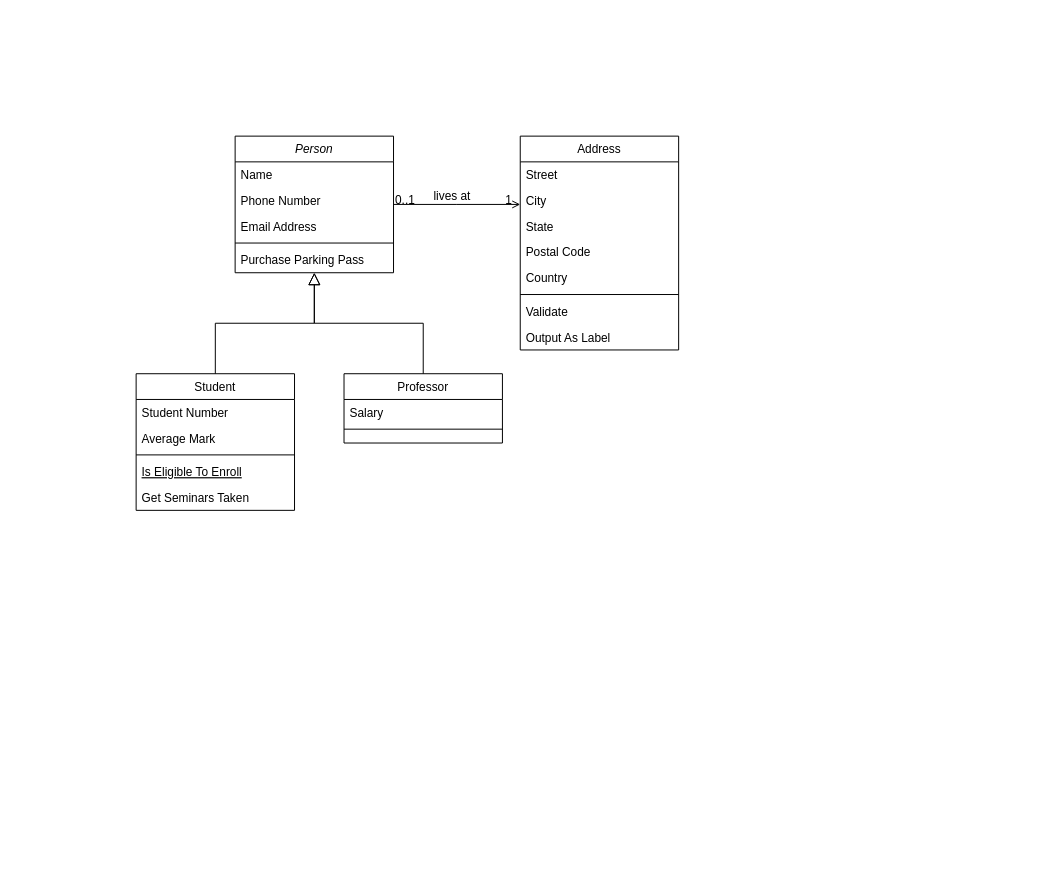
The draw.io diagram Untitled Diagram.drawio in AnasElii/tchat, before the edit. Source tidied: cells renumbered, new cells numbered last; positions are measured from the earlier drawing's top-left corner, leaving out a move shared by most shapes. Both pictures are drawn from the tidied source at 99%, with x=0, y=0 at pixel (136, 136).
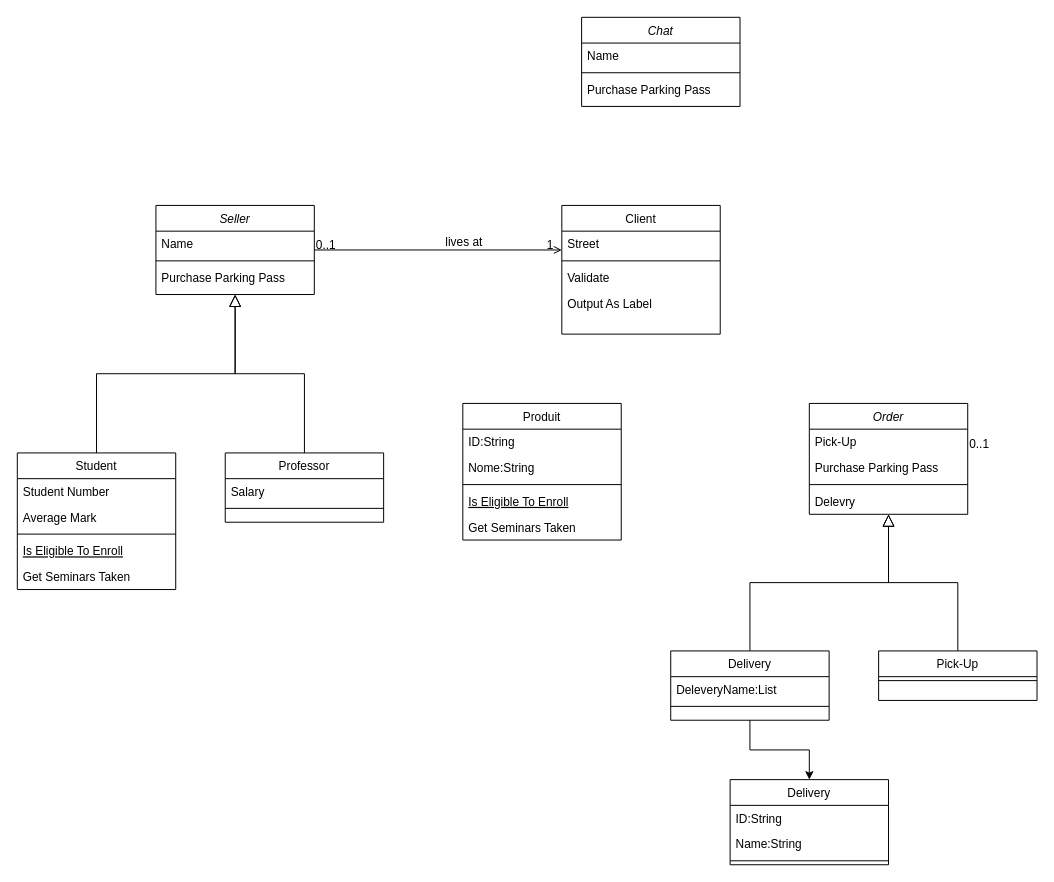
Above is the later version.

What changed in the source:
```diff
@@
-    <mxCell id="2" value="Person" style="swimlane;fontStyle=2;align=center;verticalAlign=top;horizontal=1;startSize=26;rounded=0;shadow=0;strokeWidth=1;" parent="1" vertex="1">
-      <mxGeometry x="100" width="160" height="138" as="geometry" />
+    <mxCell id="2" value="Seller" style="swimlane;fontStyle=2;align=center;verticalAlign=top;horizontal=1;startSize=26;rounded=0;shadow=0;strokeWidth=1;" parent="1" vertex="1">
+      <mxGeometry x="20" y="70" width="160" height="90" as="geometry" />
     </mxCell>
@@
-    <mxCell id="4" value="Phone Number" style="text;align=left;verticalAlign=top;spacingLeft=4;spacingRight=4;overflow=hidden;rounded=0;shadow=0;html=0;" parent="2" vertex="1">
-      <mxGeometry y="52" width="160" height="26" as="geometry" />
-    </mxCell>
-    <mxCell id="5" value="Email Address" style="text;align=left;verticalAlign=top;spacingLeft=4;spacingRight=4;overflow=hidden;rounded=0;shadow=0;html=0;" parent="2" vertex="1">
-      <mxGeometry y="78" width="160" height="26" as="geometry" />
-    </mxCell>
     <mxCell id="6" style="line;html=1;strokeWidth=1;align=left;verticalAlign=middle;spacingTop=-1;spacingLeft=3;spacingRight=3;labelPosition=right;" parent="2" vertex="1">
-      <mxGeometry y="104" width="160" height="8" as="geometry" />
+      <mxGeometry y="52" width="160" height="8" as="geometry" />
     </mxCell>
     <mxCell id="7" value="Purchase Parking Pass" style="text;align=left;verticalAlign=top;spacingLeft=4;spacingRight=4;overflow=hidden;" parent="2" vertex="1">
-      <mxGeometry y="112" width="160" height="26" as="geometry" />
+      <mxGeometry y="60" width="160" height="26" as="geometry" />
     </mxCell>
     <mxCell id="8" value="Student" style="swimlane;fontStyle=0;align=center;verticalAlign=top;horizontal=1;startSize=26;rounded=0;shadow=0;strokeWidth=1;" parent="1" vertex="1">
-      <mxGeometry y="240" width="160" height="138" as="geometry" />
+      <mxGeometry x="-120" y="320" width="160" height="138" as="geometry" />
     </mxCell>
@@
     <mxCell id="15" value="Professor" style="swimlane;fontStyle=0;align=center;verticalAlign=top;horizontal=1;startSize=26;rounded=0;shadow=0;strokeWidth=1;" parent="1" vertex="1">
-      <mxGeometry x="210" y="240" width="160" height="70" as="geometry" />
+      <mxGeometry x="90" y="320" width="160" height="70" as="geometry" />
     </mxCell>
@@
-    <mxCell id="19" value="Address" style="swimlane;fontStyle=0;align=center;verticalAlign=top;horizontal=1;startSize=26;rounded=0;shadow=0;strokeWidth=1;" parent="1" vertex="1">
-      <mxGeometry x="388" width="160" height="216" as="geometry" />
+    <mxCell id="19" value="Client" style="swimlane;fontStyle=0;align=center;verticalAlign=top;horizontal=1;startSize=26;rounded=0;shadow=0;strokeWidth=1;" parent="1" vertex="1">
+      <mxGeometry x="430" y="70" width="160" height="130" as="geometry" />
     </mxCell>
@@
-    <mxCell id="21" value="City" style="text;align=left;verticalAlign=top;spacingLeft=4;spacingRight=4;overflow=hidden;rounded=0;shadow=0;html=0;" parent="19" vertex="1">
-      <mxGeometry y="52" width="160" height="26" as="geometry" />
-    </mxCell>
-    <mxCell id="22" value="State" style="text;align=left;verticalAlign=top;spacingLeft=4;spacingRight=4;overflow=hidden;rounded=0;shadow=0;html=0;" parent="19" vertex="1">
-      <mxGeometry y="78" width="160" height="26" as="geometry" />
-    </mxCell>
-    <mxCell id="23" value="Postal Code" style="text;align=left;verticalAlign=top;spacingLeft=4;spacingRight=4;overflow=hidden;rounded=0;shadow=0;html=0;" parent="19" vertex="1">
-      <mxGeometry y="104" width="160" height="26" as="geometry" />
-    </mxCell>
-    <mxCell id="24" value="Country" style="text;align=left;verticalAlign=top;spacingLeft=4;spacingRight=4;overflow=hidden;rounded=0;shadow=0;html=0;" parent="19" vertex="1">
-      <mxGeometry y="130" width="160" height="26" as="geometry" />
-    </mxCell>
     <mxCell id="25" style="line;html=1;strokeWidth=1;align=left;verticalAlign=middle;spacingTop=-1;spacingLeft=3;spacingRight=3;labelPosition=right;" parent="19" vertex="1">
-      <mxGeometry y="156" width="160" height="8" as="geometry" />
+      <mxGeometry y="52" width="160" height="8" as="geometry" />
     </mxCell>
     <mxCell id="26" value="Validate" style="text;align=left;verticalAlign=top;spacingLeft=4;spacingRight=4;overflow=hidden;" parent="19" vertex="1">
-      <mxGeometry y="164" width="160" height="26" as="geometry" />
+      <mxGeometry y="60" width="160" height="26" as="geometry" />
     </mxCell>
     <mxCell id="27" value="Output As Label" style="text;align=left;verticalAlign=top;spacingLeft=4;spacingRight=4;overflow=hidden;" parent="19" vertex="1">
-      <mxGeometry y="190" width="160" height="26" as="geometry" />
+      <mxGeometry y="86" width="160" height="26" as="geometry" />
     </mxCell>
@@
+    <mxCell id="32" value="Chat" style="swimlane;fontStyle=2;align=center;verticalAlign=top;horizontal=1;startSize=26;rounded=0;shadow=0;strokeWidth=1;" parent="1" vertex="1">
+      <mxGeometry x="450" y="-120" width="160" height="90" as="geometry" />
+    </mxCell>
+    <mxCell id="33" value="Name" style="text;align=left;verticalAlign=top;spacingLeft=4;spacingRight=4;overflow=hidden;" parent="32" vertex="1">
+      <mxGeometry y="26" width="160" height="26" as="geometry" />
+    </mxCell>
+    <mxCell id="34" style="line;html=1;strokeWidth=1;align=left;verticalAlign=middle;spacingTop=-1;spacingLeft=3;spacingRight=3;labelPosition=right;" parent="32" vertex="1">
+      <mxGeometry y="52" width="160" height="8" as="geometry" />
+    </mxCell>
+    <mxCell id="35" value="Purchase Parking Pass" style="text;align=left;verticalAlign=top;spacingLeft=4;spacingRight=4;overflow=hidden;" parent="32" vertex="1">
+      <mxGeometry y="60" width="160" height="26" as="geometry" />
+    </mxCell>
+    <mxCell id="36" value="Produit" style="swimlane;fontStyle=0;align=center;verticalAlign=top;horizontal=1;startSize=26;rounded=0;shadow=0;strokeWidth=1;" parent="1" vertex="1">
+      <mxGeometry x="330" y="270" width="160" height="138" as="geometry" />
+    </mxCell>
+    <mxCell id="37" value="ID:String" style="text;align=left;verticalAlign=top;spacingLeft=4;spacingRight=4;overflow=hidden;" parent="36" vertex="1">
+      <mxGeometry y="26" width="160" height="26" as="geometry" />
+    </mxCell>
+    <mxCell id="38" value="Nome:String" style="text;align=left;verticalAlign=top;spacingLeft=4;spacingRight=4;overflow=hidden;rounded=0;shadow=0;html=0;" parent="36" vertex="1">
+      <mxGeometry y="52" width="160" height="26" as="geometry" />
+    </mxCell>
+    <mxCell id="39" style="line;html=1;strokeWidth=1;align=left;verticalAlign=middle;spacingTop=-1;spacingLeft=3;spacingRight=3;labelPosition=right;" parent="36" vertex="1">
+      <mxGeometry y="78" width="160" height="8" as="geometry" />
+    </mxCell>
+    <mxCell id="40" value="Is Eligible To Enroll" style="text;align=left;verticalAlign=top;spacingLeft=4;spacingRight=4;overflow=hidden;fontStyle=4;" parent="36" vertex="1">
+      <mxGeometry y="86" width="160" height="26" as="geometry" />
+    </mxCell>
+    <mxCell id="41" value="Get Seminars Taken" style="text;align=left;verticalAlign=top;spacingLeft=4;spacingRight=4;overflow=hidden;" parent="36" vertex="1">
+      <mxGeometry y="112" width="160" height="26" as="geometry" />
+    </mxCell>
+    <mxCell id="42" value="Order" style="swimlane;fontStyle=2;align=center;verticalAlign=top;horizontal=1;startSize=26;rounded=0;shadow=0;strokeWidth=1;" parent="1" vertex="1">
+      <mxGeometry x="680" y="270" width="160" height="112" as="geometry" />
+    </mxCell>
+    <mxCell id="43" value="Pick-Up" style="text;align=left;verticalAlign=top;spacingLeft=4;spacingRight=4;overflow=hidden;" parent="42" vertex="1">
+      <mxGeometry y="26" width="160" height="26" as="geometry" />
+    </mxCell>
+    <mxCell id="44" value="Purchase Parking Pass" style="text;align=left;verticalAlign=top;spacingLeft=4;spacingRight=4;overflow=hidden;" parent="42" vertex="1">
+      <mxGeometry y="52" width="160" height="26" as="geometry" />
+    </mxCell>
+    <mxCell id="45" style="line;html=1;strokeWidth=1;align=left;verticalAlign=middle;spacingTop=-1;spacingLeft=3;spacingRight=3;labelPosition=right;" parent="42" vertex="1">
+      <mxGeometry y="78" width="160" height="8" as="geometry" />
+    </mxCell>
+    <mxCell id="46" value="Delevry" style="text;align=left;verticalAlign=top;spacingLeft=4;spacingRight=4;overflow=hidden;" parent="42" vertex="1">
+      <mxGeometry y="86" width="160" height="26" as="geometry" />
+    </mxCell>
+    <mxCell id="47" style="endArrow=block;endSize=10;endFill=0;shadow=0;strokeWidth=1;rounded=0;edgeStyle=elbowEdgeStyle;elbow=vertical;exitX=0.5;exitY=0;exitDx=0;exitDy=0;" parent="1" edge="1" source="53" target="42">
+      <mxGeometry relative="1" as="geometry" />
+    </mxCell>
+    <mxCell id="48" value="Pick-Up" style="swimlane;fontStyle=0;align=center;verticalAlign=top;horizontal=1;startSize=26;rounded=0;shadow=0;strokeWidth=1;" parent="1" vertex="1">
+      <mxGeometry x="750" y="520" width="160" height="50" as="geometry" />
+    </mxCell>
+    <mxCell id="49" style="line;html=1;strokeWidth=1;align=left;verticalAlign=middle;spacingTop=-1;spacingLeft=3;spacingRight=3;labelPosition=right;" parent="48" vertex="1">
+      <mxGeometry y="26" width="160" height="8" as="geometry" />
+    </mxCell>
+    <mxCell id="50" style="endArrow=block;endSize=10;endFill=0;shadow=0;strokeWidth=1;rounded=0;edgeStyle=elbowEdgeStyle;elbow=vertical;" parent="1" edge="1" source="48" target="42">
+      <mxGeometry relative="1" as="geometry" />
+    </mxCell>
+    <mxCell id="51" value="0..1" style="align=left;verticalAlign=bottom;labelBackgroundColor=none;fontSize=12;" parent="1" vertex="1">
+      <mxGeometry x="840" y="319.6" as="geometry" />
+    </mxCell>
+    <mxCell id="52" style="edgeStyle=orthogonalEdgeStyle;rounded=0;jettySize=auto;html=1;entryX=0.5;entryY=0;entryDx=0;entryDy=0;" parent="1" edge="1" source="53" target="56">
+      <mxGeometry relative="1" as="geometry" />
+    </mxCell>
+    <mxCell id="53" value="Delivery" style="swimlane;fontStyle=0;align=center;verticalAlign=top;horizontal=1;startSize=26;rounded=0;shadow=0;strokeWidth=1;" parent="1" vertex="1">
+      <mxGeometry x="540" y="520" width="160" height="70" as="geometry" />
+    </mxCell>
+    <mxCell id="54" value="DeleveryName:List" style="text;align=left;verticalAlign=top;spacingLeft=4;spacingRight=4;overflow=hidden;" parent="53" vertex="1">
+      <mxGeometry y="26" width="160" height="26" as="geometry" />
+    </mxCell>
+    <mxCell id="55" style="line;html=1;strokeWidth=1;align=left;verticalAlign=middle;spacingTop=-1;spacingLeft=3;spacingRight=3;labelPosition=right;" parent="53" vertex="1">
+      <mxGeometry y="52" width="160" height="8" as="geometry" />
+    </mxCell>
+    <mxCell id="56" value="Delivery" style="swimlane;fontStyle=0;align=center;verticalAlign=top;horizontal=1;startSize=26;rounded=0;shadow=0;strokeWidth=1;" parent="1" vertex="1">
+      <mxGeometry x="600" y="650" width="160" height="86" as="geometry" />
+    </mxCell>
+    <mxCell id="57" value="ID:String" style="text;align=left;verticalAlign=top;spacingLeft=4;spacingRight=4;overflow=hidden;" parent="56" vertex="1">
+      <mxGeometry y="26" width="160" height="26" as="geometry" />
+    </mxCell>
+    <mxCell id="58" value="Name:String" style="text;align=left;verticalAlign=top;spacingLeft=4;spacingRight=4;overflow=hidden;" parent="56" vertex="1">
+      <mxGeometry y="52" width="160" height="26" as="geometry" />
+    </mxCell>
+    <mxCell id="59" style="line;html=1;strokeWidth=1;align=left;verticalAlign=middle;spacingTop=-1;spacingLeft=3;spacingRight=3;labelPosition=right;" parent="56" vertex="1">
+      <mxGeometry y="78" width="160" height="8" as="geometry" />
+    </mxCell>
```
